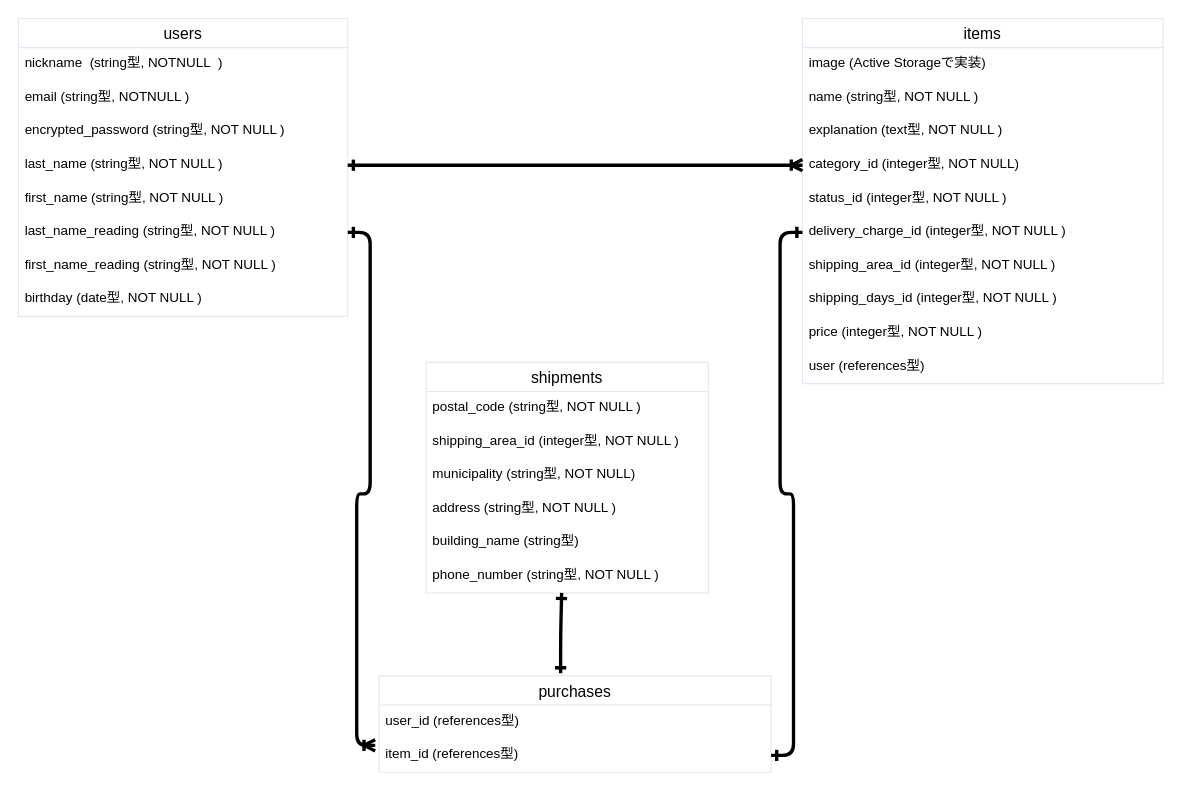
sota-U/furima-36138 keeps this draw.io diagram as test.dio. Above is the earlier version. Source tidied: cells renumbered, new cells numbered last; positions are measured from the earlier drawing's top-left corner, leaving out a move shared by most shapes. Both pictures are drawn from the tidied source at 112%, with x=0, y=0 at pixel (18, 18).
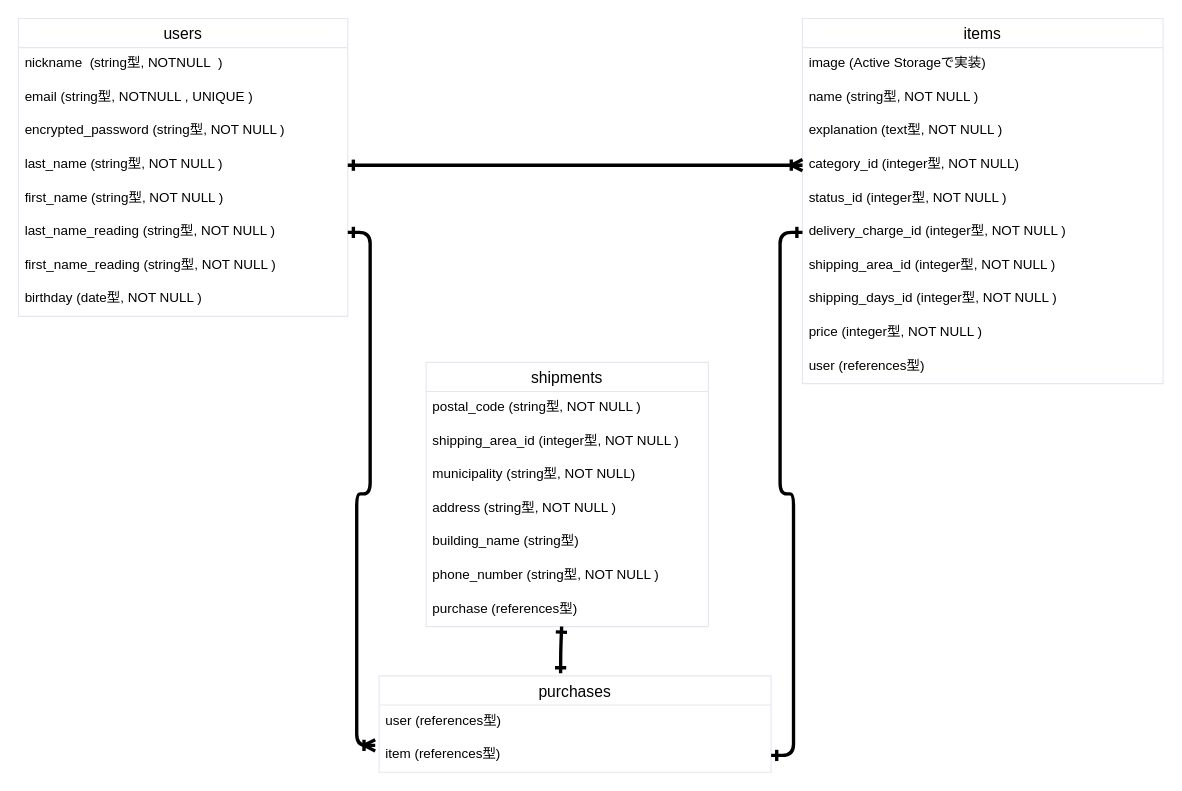
Above is the later version.

Commit message (it also covers changes not shown here):
データベース設計の修正(2)

The change refers to these unchanged cells:
```xml
<mxCell id="3" value="users" style="swimlane;fontStyle=0;horizontal=1;startSize=26;align=center;fontSize=14;rounded=0;strokeColor=#E7E6F0;" parent="1" vertex="1">
  <mxGeometry width="294" height="266" as="geometry" />
</mxCell>
<mxCell id="31" value="purchases" style="swimlane;fontStyle=0;horizontal=1;startSize=26;align=center;fontSize=14;rounded=0;strokeColor=#E7E6F0;" parent="1" vertex="1">
  <mxGeometry x="322" y="587" width="350" height="86" as="geometry" />
</mxCell>
```

What changed in the source:
```diff
@@
-    <mxCell id="5" value="email (string型, NOTNULL )" style="text;strokeColor=none;fillColor=none;spacingLeft=4;spacingRight=4;overflow=hidden;fontSize=12;" parent="3" vertex="1">
+    <mxCell id="5" value="email (string型, NOTNULL , UNIQUE )" style="text;strokeColor=none;fillColor=none;spacingLeft=4;spacingRight=4;overflow=hidden;fontSize=12;" parent="3" vertex="1">
       <mxGeometry y="56" width="294" height="30" as="geometry" />
     </mxCell>
@@
     <mxCell id="23" value="shipments" style="swimlane;fontStyle=0;horizontal=1;startSize=26;align=center;fontSize=14;rounded=0;strokeColor=#E7E6F0;" parent="1" vertex="1">
-      <mxGeometry x="364" y="307" width="252" height="206" as="geometry" />
+      <mxGeometry x="364" y="307" width="252" height="236" as="geometry" />
     </mxCell>
@@
+    <mxCell id="37" value="phone_number (string型, NOT NULL )" style="text;strokeColor=none;fillColor=none;spacingLeft=4;spacingRight=4;overflow=hidden;fontSize=12;" parent="23" vertex="1">
+      <mxGeometry y="176" width="252" height="30" as="geometry" />
+    </mxCell>
-    <mxCell id="29" value="phone_number (string型, NOT NULL )" style="text;strokeColor=none;fillColor=none;spacingLeft=4;spacingRight=4;overflow=hidden;points=[[0,0.5],[1,0.5]];portConstraint=eastwest;fontSize=12;" parent="23" vertex="1">
-      <mxGeometry y="176" width="252" height="30" as="geometry" />
+    <mxCell id="29" value="purchase (references型)" style="text;strokeColor=none;fillColor=none;spacingLeft=4;spacingRight=4;overflow=hidden;points=[[0,0.5],[1,0.5]];portConstraint=eastwest;fontSize=12;" parent="23" vertex="1">
+      <mxGeometry y="206" width="252" height="30" as="geometry" />
     </mxCell>
@@
-    <mxCell id="32" value="user_id (references型)" style="text;strokeColor=none;fillColor=none;spacingLeft=4;spacingRight=4;overflow=hidden;fontSize=12;" parent="31" vertex="1">
+    <mxCell id="32" value="user (references型)" style="text;strokeColor=none;fillColor=none;spacingLeft=4;spacingRight=4;overflow=hidden;fontSize=12;" parent="31" vertex="1">
       <mxGeometry y="26" width="350" height="30" as="geometry" />
     </mxCell>
-    <mxCell id="33" value="item_id (references型)" style="text;strokeColor=none;fillColor=none;spacingLeft=4;spacingRight=4;overflow=hidden;points=[[0,0.5],[1,0.5]];portConstraint=eastwest;fontSize=12;" parent="31" vertex="1">
+    <mxCell id="33" value="item (references型)" style="text;strokeColor=none;fillColor=none;spacingLeft=4;spacingRight=4;overflow=hidden;points=[[0,0.5],[1,0.5]];portConstraint=eastwest;fontSize=12;" parent="31" vertex="1">
       <mxGeometry y="56" width="350" height="30" as="geometry" />
     </mxCell>
```
